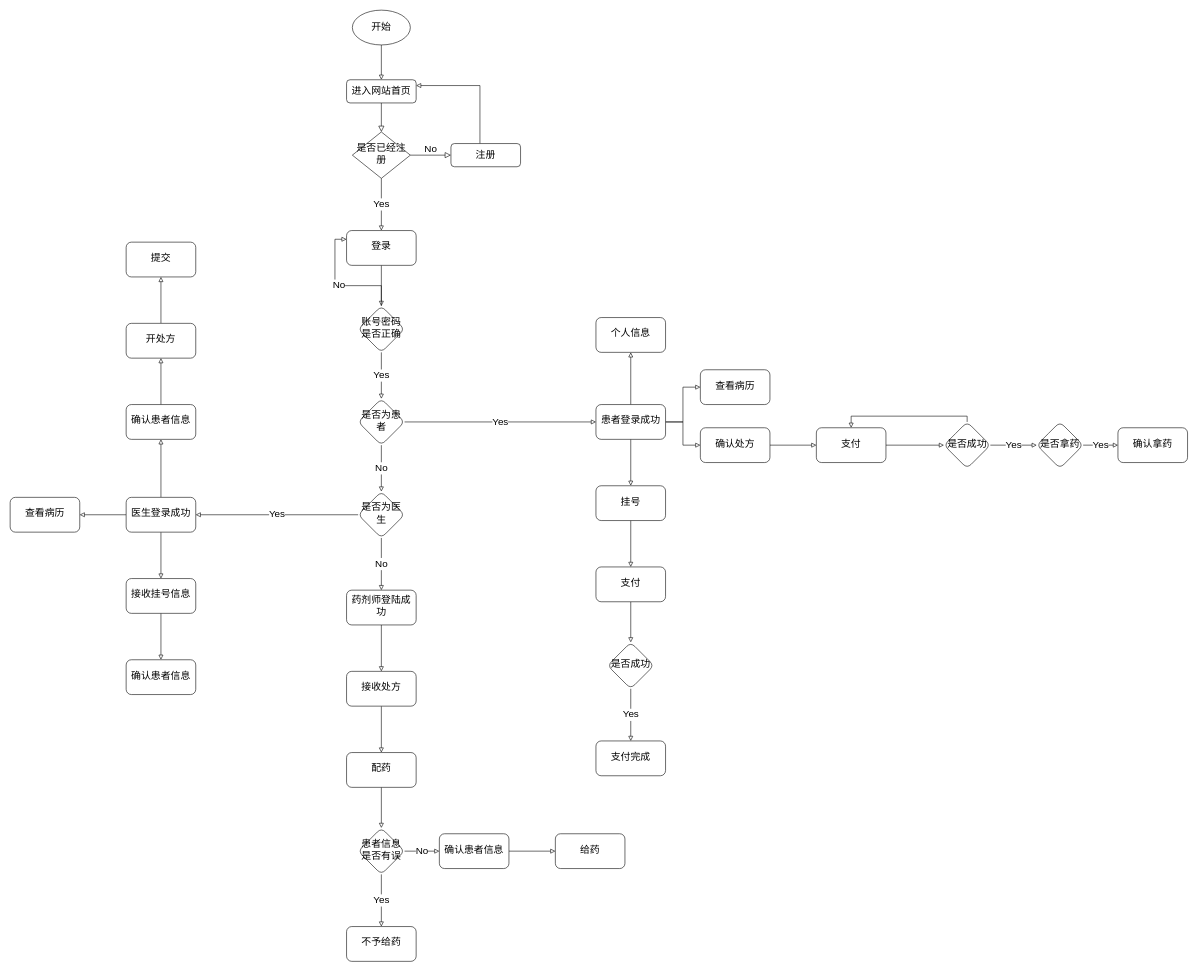
yansiro145/- keeps this draw.io diagram as page "Page-1" (1 of 2) of 流程图/前台流程图.drawio. Above is the earlier version. Source tidied: cells renumbered, new cells numbered last; positions are measured from the earlier drawing's top-left corner, leaving out a move shared by most shapes. Both pictures are drawn from the tidied source at 58%, with x=0, y=0 at pixel (10, 10).
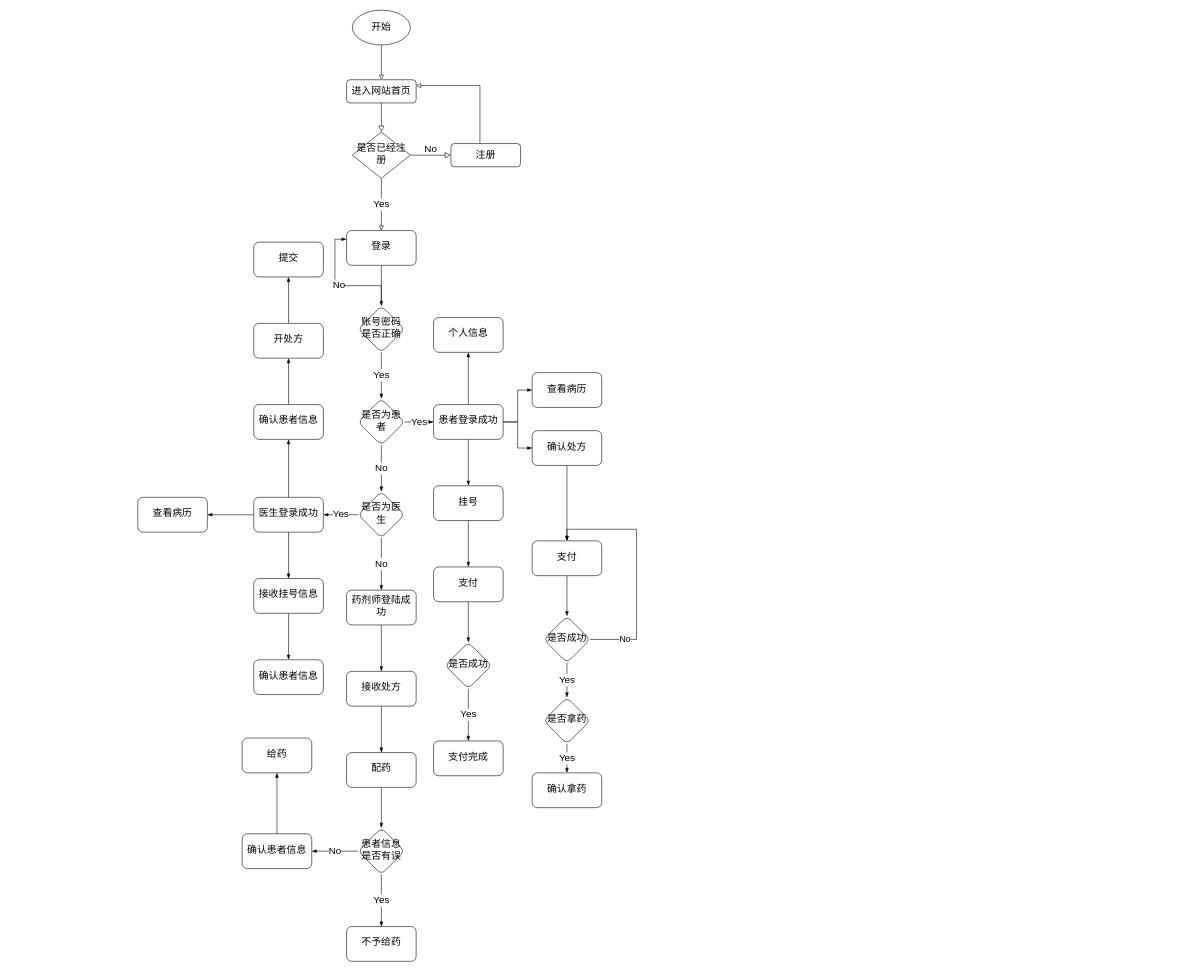
Above is the later version.

The change refers to these unchanged cells:
```xml
<mxCell id="12" value="登录" style="rounded=1;whiteSpace=wrap;html=1;shadow=0;strokeWidth=1;spacing=6;spacingTop=-4;fontSize=17;" parent="1" vertex="1">
  <mxGeometry x="580" y="380" width="120" height="60" as="geometry" />
</mxCell>
<mxCell id="15" value="是否为患者" style="rhombus;whiteSpace=wrap;html=1;rounded=1;shadow=0;strokeWidth=1;spacing=6;spacingTop=-4;fontSize=17;" parent="1" vertex="1">
  <mxGeometry x="600" y="670" width="80" height="80" as="geometry" />
</mxCell>
<mxCell id="23" value="是否为医生" style="rhombus;whiteSpace=wrap;html=1;rounded=1;shadow=0;strokeWidth=1;spacing=6;spacingTop=-4;fontSize=17;" parent="1" vertex="1">
  <mxGeometry x="600" y="830" width="80" height="80" as="geometry" />
</mxCell>
<mxCell id="29" value="药剂师登陆成功" style="whiteSpace=wrap;html=1;rounded=1;shadow=0;strokeWidth=1;spacing=6;spacingTop=-4;fontSize=17;" parent="1" vertex="1">
  <mxGeometry x="580" y="1000" width="120" height="60" as="geometry" />
</mxCell>
<mxCell id="32" value="账号密码是否正确" style="rhombus;whiteSpace=wrap;html=1;rounded=1;shadow=0;strokeWidth=1;spacing=6;spacingTop=-4;fontSize=17;" parent="1" vertex="1">
  <mxGeometry x="600" y="510" width="80" height="80" as="geometry" />
</mxCell>
<mxCell id="41" value="接收处方" style="whiteSpace=wrap;html=1;rounded=1;shadow=0;strokeWidth=1;spacing=6;spacingTop=-4;fontSize=17;" parent="1" vertex="1">
  <mxGeometry x="580" y="1140" width="120" height="60" as="geometry" />
</mxCell>
<mxCell id="43" value="配药" style="whiteSpace=wrap;html=1;rounded=1;shadow=0;strokeWidth=1;spacing=6;spacingTop=-4;fontSize=17;" parent="1" vertex="1">
  <mxGeometry x="580" y="1280" width="120" height="60" as="geometry" />
</mxCell>
<mxCell id="52" value="患者信息是否有误" style="rhombus;whiteSpace=wrap;html=1;rounded=1;shadow=0;strokeWidth=1;spacing=6;spacingTop=-4;fontSize=17;" parent="1" vertex="1">
  <mxGeometry x="600" y="1410" width="80" height="80" as="geometry" />
</mxCell>
<mxCell id="55" value="不予给药" style="whiteSpace=wrap;html=1;rounded=1;shadow=0;strokeWidth=1;spacing=6;spacingTop=-4;fontSize=17;" parent="1" vertex="1">
  <mxGeometry x="580" y="1580" width="120" height="60" as="geometry" />
</mxCell>
```

Change to the diagram source:
```diff
@@
-    <mxCell id="11" style="edgeStyle=orthogonalEdgeStyle;rounded=0;jettySize=auto;html=1;endArrow=block;endFill=0;fontSize=17;" parent="1" edge="1" source="12" target="32">
+    <mxCell id="11" style="edgeStyle=orthogonalEdgeStyle;rounded=0;jettySize=auto;html=1;endArrow=blockThin;endFill=1;fontSize=17;" parent="1" edge="1" source="12" target="32">
       <mxGeometry relative="1" as="geometry" />
     </mxCell>
@@
-    <mxCell id="13" value="Yes" style="edgeStyle=orthogonalEdgeStyle;rounded=0;jettySize=auto;html=1;endArrow=block;endFill=0;fontSize=17;" parent="1" edge="1" source="15" target="20">
+    <mxCell id="13" value="Yes" style="edgeStyle=orthogonalEdgeStyle;rounded=0;jettySize=auto;html=1;endArrow=blockThin;endFill=1;fontSize=17;" parent="1" edge="1" source="15" target="20">
       <mxGeometry relative="1" as="geometry" />
     </mxCell>
-    <mxCell id="14" value="No" style="edgeStyle=orthogonalEdgeStyle;rounded=0;jettySize=auto;html=1;endArrow=block;endFill=0;fontSize=17;" parent="1" edge="1" source="15" target="23">
+    <mxCell id="14" value="No" style="edgeStyle=orthogonalEdgeStyle;rounded=0;jettySize=auto;html=1;endArrow=blockThin;endFill=1;fontSize=17;" parent="1" edge="1" source="15" target="23">
       <mxGeometry relative="1" as="geometry" />
     </mxCell>
@@
-    <mxCell id="16" style="edgeStyle=orthogonalEdgeStyle;rounded=0;jettySize=auto;html=1;endArrow=block;endFill=0;fontSize=17;" parent="1" edge="1" source="20" target="34">
+    <mxCell id="16" style="edgeStyle=orthogonalEdgeStyle;rounded=0;jettySize=auto;html=1;endArrow=blockThin;endFill=1;fontSize=17;" parent="1" edge="1" source="20" target="34">
       <mxGeometry relative="1" as="geometry" />
     </mxCell>
-    <mxCell id="17" style="edgeStyle=orthogonalEdgeStyle;rounded=0;jettySize=auto;html=1;endArrow=block;endFill=0;fontSize=17;" parent="1" edge="1" source="20" target="35">
+    <mxCell id="17" style="edgeStyle=orthogonalEdgeStyle;rounded=0;jettySize=auto;html=1;endArrow=blockThin;endFill=1;fontSize=17;" parent="1" edge="1" source="20" target="35">
       <mxGeometry relative="1" as="geometry" />
     </mxCell>
-    <mxCell id="18" style="edgeStyle=orthogonalEdgeStyle;rounded=0;jettySize=auto;html=1;endArrow=block;endFill=0;fontSize=17;" parent="1" edge="1" source="20" target="36">
+    <mxCell id="18" style="edgeStyle=orthogonalEdgeStyle;rounded=0;jettySize=auto;html=1;endArrow=blockThin;endFill=1;fontSize=17;" parent="1" edge="1" source="20" target="36">
       <mxGeometry relative="1" as="geometry" />
     </mxCell>
-    <mxCell id="19" style="edgeStyle=orthogonalEdgeStyle;rounded=0;jettySize=auto;html=1;endArrow=block;endFill=0;fontSize=17;" parent="1" edge="1" source="20" target="59">
+    <mxCell id="19" style="edgeStyle=orthogonalEdgeStyle;rounded=0;jettySize=auto;html=1;endArrow=blockThin;endFill=1;fontSize=17;" parent="1" edge="1" source="20" target="59">
       <mxGeometry relative="1" as="geometry" />
     </mxCell>
     <mxCell id="20" value="患者登录成功" style="whiteSpace=wrap;html=1;rounded=1;shadow=0;strokeWidth=1;spacing=6;spacingTop=-4;fontSize=17;" parent="1" vertex="1">
-      <mxGeometry x="1010" y="680" width="120" height="60" as="geometry" />
+      <mxGeometry x="730" y="680" width="120" height="60" as="geometry" />
     </mxCell>
-    <mxCell id="21" value="Yes" style="edgeStyle=orthogonalEdgeStyle;rounded=0;jettySize=auto;html=1;endArrow=block;endFill=0;fontSize=17;" parent="1" edge="1" source="23" target="27">
+    <mxCell id="21" value="Yes" style="edgeStyle=orthogonalEdgeStyle;rounded=0;jettySize=auto;html=1;endArrow=blockThin;endFill=1;fontSize=17;" parent="1" edge="1" source="23" target="27">
       <mxGeometry relative="1" as="geometry" />
     </mxCell>
-    <mxCell id="22" value="No" style="edgeStyle=orthogonalEdgeStyle;rounded=0;jettySize=auto;html=1;endArrow=block;endFill=0;fontSize=17;" parent="1" edge="1" source="23" target="29">
+    <mxCell id="22" value="No" style="edgeStyle=orthogonalEdgeStyle;rounded=0;jettySize=auto;html=1;endArrow=blockThin;endFill=1;fontSize=17;" parent="1" edge="1" source="23" target="29">
       <mxGeometry relative="1" as="geometry" />
     </mxCell>
@@
-    <mxCell id="24" style="edgeStyle=orthogonalEdgeStyle;rounded=0;jettySize=auto;html=1;endArrow=block;endFill=0;fontSize=17;" parent="1" edge="1" source="27" target="39">
+    <mxCell id="24" style="edgeStyle=orthogonalEdgeStyle;rounded=0;jettySize=auto;html=1;endArrow=blockThin;endFill=1;fontSize=17;" parent="1" edge="1" source="27" target="39">
       <mxGeometry relative="1" as="geometry" />
     </mxCell>
-    <mxCell id="25" style="edgeStyle=orthogonalEdgeStyle;rounded=0;jettySize=auto;html=1;endArrow=block;endFill=0;fontSize=17;" parent="1" edge="1" source="27" target="45">
+    <mxCell id="25" style="edgeStyle=orthogonalEdgeStyle;rounded=0;jettySize=auto;html=1;endArrow=blockThin;endFill=1;fontSize=17;" parent="1" edge="1" source="27" target="45">
       <mxGeometry relative="1" as="geometry" />
     </mxCell>
-    <mxCell id="26" style="edgeStyle=orthogonalEdgeStyle;rounded=0;jettySize=auto;html=1;endArrow=block;endFill=0;fontSize=17;" parent="1" edge="1" source="27" target="47">
+    <mxCell id="26" style="edgeStyle=orthogonalEdgeStyle;rounded=0;jettySize=auto;html=1;endArrow=blockThin;endFill=1;fontSize=17;" parent="1" edge="1" source="27" target="47">
       <mxGeometry relative="1" as="geometry" />
     </mxCell>
     <mxCell id="27" value="医生登录成功" style="whiteSpace=wrap;html=1;rounded=1;shadow=0;strokeWidth=1;spacing=6;spacingTop=-4;fontSize=17;" parent="1" vertex="1">
-      <mxGeometry x="200" y="840" width="120" height="60" as="geometry" />
+      <mxGeometry x="420" y="840" width="120" height="60" as="geometry" />
     </mxCell>
-    <mxCell id="28" style="edgeStyle=orthogonalEdgeStyle;rounded=0;jettySize=auto;html=1;endArrow=block;endFill=0;fontSize=17;" parent="1" edge="1" source="29" target="41">
+    <mxCell id="28" style="edgeStyle=orthogonalEdgeStyle;rounded=0;jettySize=auto;html=1;endArrow=blockThin;endFill=1;fontSize=17;" parent="1" edge="1" source="29" target="41">
       <mxGeometry relative="1" as="geometry" />
     </mxCell>
@@
-    <mxCell id="30" value="Yes" style="edgeStyle=orthogonalEdgeStyle;rounded=0;jettySize=auto;html=1;entryX=0.5;entryY=0;entryDx=0;entryDy=0;endArrow=block;endFill=0;fontSize=17;" parent="1" edge="1" source="32" target="15">
+    <mxCell id="30" value="Yes" style="edgeStyle=orthogonalEdgeStyle;rounded=0;jettySize=auto;html=1;entryX=0.5;entryY=0;entryDx=0;entryDy=0;endArrow=blockThin;endFill=1;fontSize=17;" parent="1" edge="1" source="32" target="15">
       <mxGeometry relative="1" as="geometry" />
     </mxCell>
-    <mxCell id="31" value="No" style="edgeStyle=orthogonalEdgeStyle;rounded=0;jettySize=auto;html=1;entryX=0;entryY=0.25;entryDx=0;entryDy=0;endArrow=block;endFill=0;fontSize=17;" parent="1" edge="1" source="32" target="12">
+    <mxCell id="31" value="No" style="edgeStyle=orthogonalEdgeStyle;rounded=0;jettySize=auto;html=1;entryX=0;entryY=0.25;entryDx=0;entryDy=0;endArrow=blockThin;endFill=1;fontSize=17;" parent="1" edge="1" source="32" target="12">
       <mxGeometry relative="1" as="geometry" />
     </mxCell>
@@
-    <mxCell id="33" style="edgeStyle=orthogonalEdgeStyle;rounded=0;jettySize=auto;html=1;endArrow=block;endFill=0;fontSize=17;" parent="1" edge="1" source="34" target="57">
+    <mxCell id="33" style="edgeStyle=orthogonalEdgeStyle;rounded=0;jettySize=auto;html=1;endArrow=blockThin;endFill=1;fontSize=17;" parent="1" edge="1" source="34" target="57">
       <mxGeometry relative="1" as="geometry" />
     </mxCell>
     <mxCell id="34" value="挂号" style="whiteSpace=wrap;html=1;rounded=1;shadow=0;strokeWidth=1;spacing=6;spacingTop=-4;fontSize=17;" parent="1" vertex="1">
-      <mxGeometry x="1010" y="820" width="120" height="60" as="geometry" />
+      <mxGeometry x="730" y="820" width="120" height="60" as="geometry" />
     </mxCell>
     <mxCell id="35" value="个人信息" style="whiteSpace=wrap;html=1;rounded=1;shadow=0;strokeWidth=1;spacing=6;spacingTop=-4;fontSize=17;" parent="1" vertex="1">
-      <mxGeometry x="1010" y="530" width="120" height="60" as="geometry" />
+      <mxGeometry x="730" y="530" width="120" height="60" as="geometry" />
     </mxCell>
     <mxCell id="36" value="查看病历" style="whiteSpace=wrap;html=1;rounded=1;shadow=0;strokeWidth=1;spacing=6;spacingTop=-4;fontSize=17;" parent="1" vertex="1">
-      <mxGeometry x="1190" y="620" width="120" height="60" as="geometry" />
+      <mxGeometry x="900" y="625" width="120" height="60" as="geometry" />
     </mxCell>
-    <mxCell id="37" style="edgeStyle=orthogonalEdgeStyle;rounded=0;jettySize=auto;html=1;endArrow=block;endFill=0;fontSize=17;" parent="1" edge="1" source="38" target="49">
+    <mxCell id="37" style="edgeStyle=orthogonalEdgeStyle;rounded=0;jettySize=auto;html=1;endArrow=blockThin;endFill=1;fontSize=17;" parent="1" edge="1" source="38" target="49">
       <mxGeometry relative="1" as="geometry" />
     </mxCell>
     <mxCell id="38" value="开处方" style="whiteSpace=wrap;html=1;rounded=1;shadow=0;strokeWidth=1;spacing=6;spacingTop=-4;fontSize=17;" parent="1" vertex="1">
-      <mxGeometry x="200" y="540" width="120" height="60" as="geometry" />
+      <mxGeometry x="420" y="540" width="120" height="60" as="geometry" />
     </mxCell>
     <mxCell id="39" value="查看病历" style="whiteSpace=wrap;html=1;rounded=1;shadow=0;strokeWidth=1;spacing=6;spacingTop=-4;fontSize=17;" parent="1" vertex="1">
-      <mxGeometry y="840" width="120" height="60" as="geometry" />
+      <mxGeometry x="220" y="840" width="120" height="60" as="geometry" />
     </mxCell>
-    <mxCell id="40" style="edgeStyle=orthogonalEdgeStyle;rounded=0;jettySize=auto;html=1;endArrow=block;endFill=0;fontSize=17;" parent="1" edge="1" source="41" target="43">
+    <mxCell id="40" style="edgeStyle=orthogonalEdgeStyle;rounded=0;jettySize=auto;html=1;endArrow=blockThin;endFill=1;fontSize=17;" parent="1" edge="1" source="41" target="43">
       <mxGeometry relative="1" as="geometry" />
     </mxCell>
@@
-    <mxCell id="42" style="edgeStyle=orthogonalEdgeStyle;rounded=0;jettySize=auto;html=1;endArrow=block;endFill=0;fontSize=17;" parent="1" edge="1" source="43" target="52">
+    <mxCell id="42" style="edgeStyle=orthogonalEdgeStyle;rounded=0;jettySize=auto;html=1;endArrow=blockThin;endFill=1;fontSize=17;" parent="1" edge="1" source="43" target="52">
       <mxGeometry relative="1" as="geometry" />
     </mxCell>
@@
-    <mxCell id="44" style="edgeStyle=orthogonalEdgeStyle;rounded=0;jettySize=auto;html=1;endArrow=block;endFill=0;fontSize=17;" parent="1" edge="1" source="45" target="48">
+    <mxCell id="44" style="edgeStyle=orthogonalEdgeStyle;rounded=0;jettySize=auto;html=1;endArrow=blockThin;endFill=1;fontSize=17;" parent="1" edge="1" source="45" target="48">
       <mxGeometry relative="1" as="geometry" />
     </mxCell>
     <mxCell id="45" value="接收挂号信息" style="whiteSpace=wrap;html=1;rounded=1;shadow=0;strokeWidth=1;spacing=6;spacingTop=-4;fontSize=17;" parent="1" vertex="1">
-      <mxGeometry x="200" y="980" width="120" height="60" as="geometry" />
+      <mxGeometry x="420" y="980" width="120" height="60" as="geometry" />
     </mxCell>
-    <mxCell id="46" style="edgeStyle=orthogonalEdgeStyle;rounded=0;jettySize=auto;html=1;entryX=0.5;entryY=1;entryDx=0;entryDy=0;endArrow=block;endFill=0;fontSize=17;" parent="1" edge="1" source="47" target="38">
+    <mxCell id="46" style="edgeStyle=orthogonalEdgeStyle;rounded=0;jettySize=auto;html=1;entryX=0.5;entryY=1;entryDx=0;entryDy=0;endArrow=blockThin;endFill=1;fontSize=17;" parent="1" edge="1" source="47" target="38">
       <mxGeometry relative="1" as="geometry" />
     </mxCell>
     <mxCell id="47" value="确认患者信息" style="whiteSpace=wrap;html=1;rounded=1;shadow=0;strokeWidth=1;spacing=6;spacingTop=-4;fontSize=17;" parent="1" vertex="1">
-      <mxGeometry x="200" y="680" width="120" height="60" as="geometry" />
+      <mxGeometry x="420" y="680" width="120" height="60" as="geometry" />
     </mxCell>
     <mxCell id="48" value="确认患者信息" style="whiteSpace=wrap;html=1;rounded=1;shadow=0;strokeWidth=1;spacing=6;spacingTop=-4;fontSize=17;" parent="1" vertex="1">
-      <mxGeometry x="200" y="1120" width="120" height="60" as="geometry" />
+      <mxGeometry x="420" y="1120" width="120" height="60" as="geometry" />
     </mxCell>
     <mxCell id="49" value="提交" style="whiteSpace=wrap;html=1;rounded=1;shadow=0;strokeWidth=1;spacing=6;spacingTop=-4;fontSize=17;" parent="1" vertex="1">
-      <mxGeometry x="200" y="400" width="120" height="60" as="geometry" />
+      <mxGeometry x="420" y="400" width="120" height="60" as="geometry" />
     </mxCell>
-    <mxCell id="50" value="No" style="edgeStyle=orthogonalEdgeStyle;rounded=0;jettySize=auto;html=1;endArrow=block;endFill=0;fontSize=17;" parent="1" edge="1" source="52" target="54">
+    <mxCell id="50" value="No" style="edgeStyle=orthogonalEdgeStyle;rounded=0;jettySize=auto;html=1;endArrow=blockThin;endFill=1;fontSize=17;" parent="1" edge="1" source="52" target="54">
       <mxGeometry relative="1" as="geometry" />
     </mxCell>
-    <mxCell id="51" value="Yes" style="edgeStyle=orthogonalEdgeStyle;rounded=0;jettySize=auto;html=1;endArrow=block;endFill=0;fontSize=17;" parent="1" edge="1" source="52" target="55">
+    <mxCell id="51" value="Yes" style="edgeStyle=orthogonalEdgeStyle;rounded=0;jettySize=auto;html=1;endArrow=blockThin;endFill=1;fontSize=17;" parent="1" edge="1" source="52" target="55">
       <mxGeometry relative="1" as="geometry" />
     </mxCell>
@@
-    <mxCell id="53" style="edgeStyle=orthogonalEdgeStyle;rounded=0;jettySize=auto;html=1;endArrow=block;endFill=0;fontSize=17;" parent="1" edge="1" source="54" target="71">
+    <mxCell id="53" style="edgeStyle=orthogonalEdgeStyle;rounded=0;jettySize=auto;html=1;endArrow=blockThin;endFill=1;fontSize=17;" parent="1" edge="1" source="54" target="71">
       <mxGeometry relative="1" as="geometry" />
     </mxCell>
     <mxCell id="54" value="确认患者信息" style="whiteSpace=wrap;html=1;rounded=1;shadow=0;strokeWidth=1;spacing=6;spacingTop=-4;fontSize=17;" parent="1" vertex="1">
-      <mxGeometry x="740" y="1420" width="120" height="60" as="geometry" />
+      <mxGeometry x="400" y="1420" width="120" height="60" as="geometry" />
     </mxCell>
@@
-    <mxCell id="56" style="edgeStyle=orthogonalEdgeStyle;rounded=0;jettySize=auto;html=1;endArrow=block;endFill=0;fontSize=17;" parent="1" edge="1" source="57" target="69">
+    <mxCell id="56" style="edgeStyle=orthogonalEdgeStyle;rounded=0;jettySize=auto;html=1;endArrow=blockThin;endFill=1;fontSize=17;" parent="1" edge="1" source="57" target="69">
       <mxGeometry relative="1" as="geometry" />
     </mxCell>
     <mxCell id="57" value="支付" style="whiteSpace=wrap;html=1;rounded=1;shadow=0;strokeWidth=1;spacing=6;spacingTop=-4;fontSize=17;" parent="1" vertex="1">
-      <mxGeometry x="1010" y="960" width="120" height="60" as="geometry" />
+      <mxGeometry x="730" y="960" width="120" height="60" as="geometry" />
     </mxCell>
-    <mxCell id="58" style="edgeStyle=orthogonalEdgeStyle;rounded=0;jettySize=auto;html=1;endArrow=block;endFill=0;fontSize=17;" parent="1" edge="1" source="59" target="61">
+    <mxCell id="58" style="edgeStyle=orthogonalEdgeStyle;rounded=0;jettySize=auto;html=1;endArrow=blockThin;endFill=1;fontSize=17;" parent="1" edge="1" source="59" target="61">
       <mxGeometry relative="1" as="geometry" />
     </mxCell>
     <mxCell id="59" value="确认处方" style="whiteSpace=wrap;html=1;rounded=1;shadow=0;strokeWidth=1;spacing=6;spacingTop=-4;fontSize=17;" parent="1" vertex="1">
-      <mxGeometry x="1190" y="720" width="120" height="60" as="geometry" />
+      <mxGeometry x="900" y="725" width="120" height="60" as="geometry" />
     </mxCell>
-    <mxCell id="60" style="edgeStyle=orthogonalEdgeStyle;rounded=0;jettySize=auto;html=1;endArrow=block;endFill=0;fontSize=17;" parent="1" edge="1" source="61" target="64">
+    <mxCell id="60" style="edgeStyle=orthogonalEdgeStyle;rounded=0;jettySize=auto;html=1;endArrow=blockThin;endFill=1;fontSize=17;" parent="1" edge="1" source="61" target="64">
       <mxGeometry relative="1" as="geometry" />
     </mxCell>
     <mxCell id="61" value="支付" style="whiteSpace=wrap;html=1;rounded=1;shadow=0;strokeWidth=1;spacing=6;spacingTop=-4;fontSize=17;" parent="1" vertex="1">
-      <mxGeometry x="1390" y="720" width="120" height="60" as="geometry" />
+      <mxGeometry x="900" y="915" width="120" height="60" as="geometry" />
     </mxCell>
-    <mxCell id="62" value="Yes" style="edgeStyle=orthogonalEdgeStyle;rounded=0;jettySize=auto;html=1;endArrow=block;endFill=0;fontSize=17;" parent="1" edge="1" source="64" target="66">
+    <mxCell id="62" value="Yes" style="edgeStyle=orthogonalEdgeStyle;rounded=0;jettySize=auto;html=1;endArrow=blockThin;endFill=1;fontSize=17;" parent="1" edge="1" source="64" target="66">
       <mxGeometry relative="1" as="geometry" />
     </mxCell>
-    <mxCell id="63" style="edgeStyle=orthogonalEdgeStyle;rounded=0;jettySize=auto;html=1;entryX=0.5;entryY=0;entryDx=0;entryDy=0;endArrow=block;endFill=0;fontSize=17;" parent="1" edge="1" source="64" target="61">
+    <mxCell id="63" style="edgeStyle=orthogonalEdgeStyle;rounded=0;jettySize=auto;html=1;entryX=0.5;entryY=0;entryDx=0;entryDy=0;endArrow=blockThin;endFill=1;fontSize=17;" parent="1" edge="1" source="64" target="61">
       <mxGeometry relative="1" as="geometry">
         <Array as="points">
-          <mxPoint x="1650" y="700" />
-          <mxPoint x="1450" y="700" />
+          <mxPoint x="1080" y="1085" />
+          <mxPoint x="1080" y="895" />
+          <mxPoint x="960" y="895" />
         </Array>
       </mxGeometry>
     </mxCell>
+    <mxCell id="72" value="No" style="edgeLabel;html=1;align=center;verticalAlign=middle;fontSize=15;" parent="63" vertex="1">
+      <mxGeometry x="-0.71" y="2" relative="1" as="geometry" />
+    </mxCell>
     <mxCell id="64" value="是否成功" style="rhombus;whiteSpace=wrap;html=1;rounded=1;shadow=0;strokeWidth=1;spacing=6;spacingTop=-4;fontSize=17;" parent="1" vertex="1">
-      <mxGeometry x="1610" y="710" width="80" height="80" as="geometry" />
+      <mxGeometry x="920" y="1045" width="80" height="80" as="geometry" />
     </mxCell>
-    <mxCell id="65" value="Yes" style="edgeStyle=orthogonalEdgeStyle;rounded=0;jettySize=auto;html=1;endArrow=block;endFill=0;fontSize=17;" parent="1" edge="1" source="66" target="67">
+    <mxCell id="65" value="Yes" style="edgeStyle=orthogonalEdgeStyle;rounded=0;jettySize=auto;html=1;endArrow=blockThin;endFill=1;fontSize=17;" parent="1" edge="1" source="66" target="67">
       <mxGeometry relative="1" as="geometry" />
     </mxCell>
     <mxCell id="66" value="是否拿药" style="rhombus;whiteSpace=wrap;html=1;rounded=1;shadow=0;strokeWidth=1;spacing=6;spacingTop=-4;fontSize=17;" parent="1" vertex="1">
-      <mxGeometry x="1770" y="710" width="80" height="80" as="geometry" />
+      <mxGeometry x="920" y="1185" width="80" height="80" as="geometry" />
     </mxCell>
     <mxCell id="67" value="确认拿药" style="whiteSpace=wrap;html=1;rounded=1;shadow=0;strokeWidth=1;spacing=6;spacingTop=-4;fontSize=17;" parent="1" vertex="1">
-      <mxGeometry x="1910" y="720" width="120" height="60" as="geometry" />
+      <mxGeometry x="900" y="1315" width="120" height="60" as="geometry" />
     </mxCell>
-    <mxCell id="68" value="Yes" style="edgeStyle=orthogonalEdgeStyle;rounded=0;jettySize=auto;html=1;endArrow=block;endFill=0;fontSize=17;" parent="1" edge="1" source="69" target="70">
+    <mxCell id="68" value="Yes" style="edgeStyle=orthogonalEdgeStyle;rounded=0;jettySize=auto;html=1;endArrow=blockThin;endFill=1;fontSize=17;" parent="1" edge="1" source="69" target="70">
       <mxGeometry relative="1" as="geometry" />
     </mxCell>
     <mxCell id="69" value="是否成功" style="rhombus;whiteSpace=wrap;html=1;rounded=1;shadow=0;strokeWidth=1;spacing=6;spacingTop=-4;fontSize=17;" parent="1" vertex="1">
-      <mxGeometry x="1030" y="1090" width="80" height="80" as="geometry" />
+      <mxGeometry x="750" y="1090" width="80" height="80" as="geometry" />
     </mxCell>
     <mxCell id="70" value="支付完成" style="whiteSpace=wrap;html=1;rounded=1;shadow=0;strokeWidth=1;spacing=6;spacingTop=-4;fontSize=17;" parent="1" vertex="1">
-      <mxGeometry x="1010" y="1260" width="120" height="60" as="geometry" />
+      <mxGeometry x="730" y="1260" width="120" height="60" as="geometry" />
     </mxCell>
     <mxCell id="71" value="给药" style="whiteSpace=wrap;html=1;rounded=1;shadow=0;strokeWidth=1;spacing=6;spacingTop=-4;fontSize=17;" parent="1" vertex="1">
-      <mxGeometry x="940" y="1420" width="120" height="60" as="geometry" />
+      <mxGeometry x="400" y="1255" width="120" height="60" as="geometry" />
     </mxCell>
```
